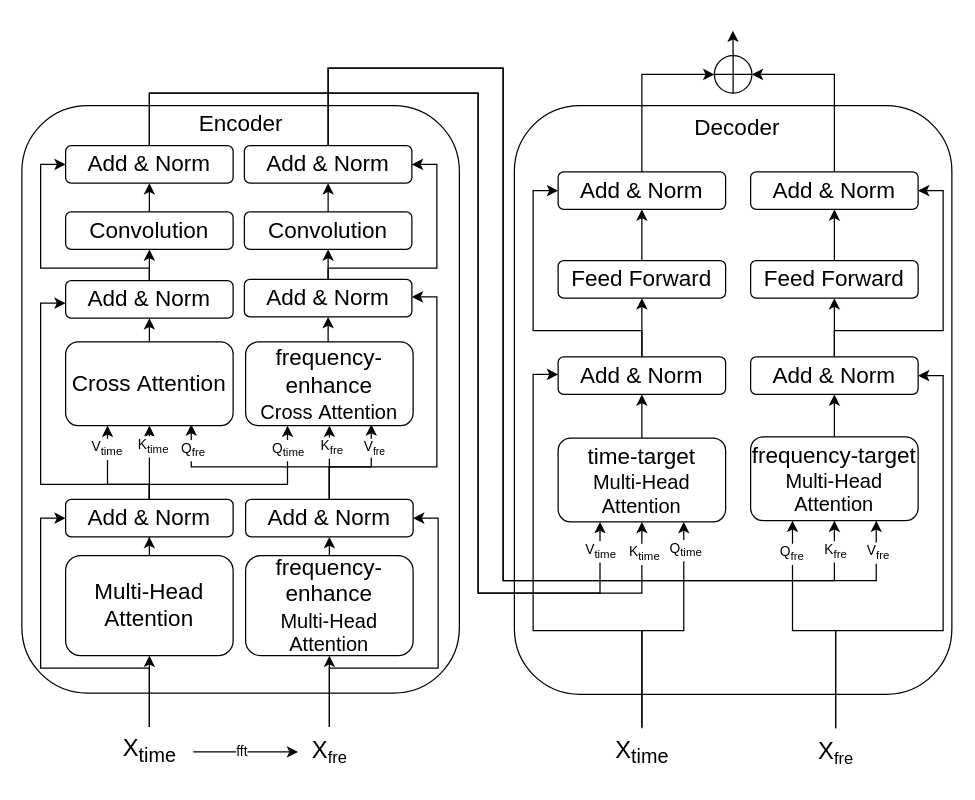
Before: SPR-CNN/Modality-aware.drawio in OuO333333/CNN4CE, a draw.io diagram. Source tidied: cells renumbered, new cells numbered last; positions are measured from the earlier drawing's top-left corner, leaving out a move shared by most shapes. Both pictures are drawn from the tidied source at 125%, with x=0, y=0 at pixel (21, 30).
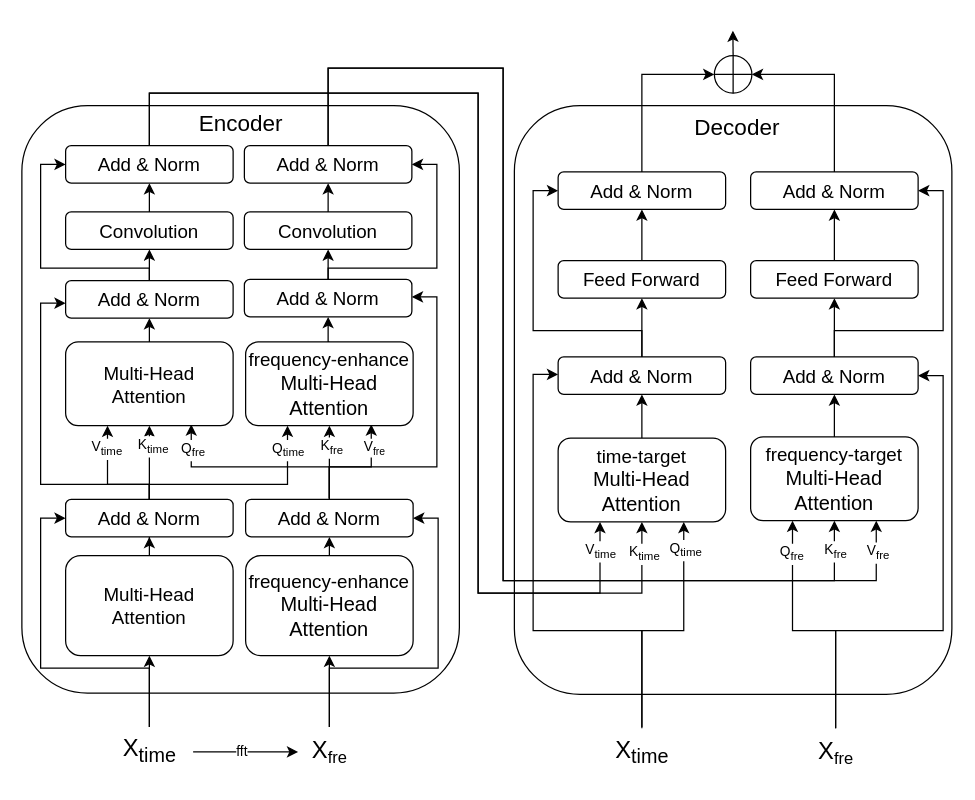
After the change.

Diff of the diagram source:
```diff
@@
-    <mxCell id="4" value="&lt;span style=&quot;background-color: initial;&quot;&gt;&lt;font style=&quot;font-size: 18px;&quot;&gt;Multi-Head Attention&lt;/font&gt;&lt;/span&gt;" style="rounded=1;whiteSpace=wrap;html=1;" parent="1" vertex="1">
+    <mxCell id="4" value="&lt;span style=&quot;background-color: initial;&quot;&gt;&lt;font style=&quot;font-size: 15px;&quot;&gt;Multi-Head Attention&lt;/font&gt;&lt;/span&gt;" style="rounded=1;whiteSpace=wrap;html=1;" parent="1" vertex="1">
       <mxGeometry x="35" y="420" width="134" height="80" as="geometry" />
     </mxCell>
@@
-    <mxCell id="6" value="&lt;font style=&quot;font-size: 18px;&quot;&gt;frequency-enhance&lt;/font&gt;&lt;div&gt;&lt;font size=&quot;3&quot;&gt;Multi-Head Attention&lt;/font&gt;&lt;/div&gt;" style="rounded=1;whiteSpace=wrap;html=1;" parent="1" vertex="1">
+    <mxCell id="6" value="&lt;font style=&quot;font-size: 15px;&quot;&gt;frequency-enhance&lt;/font&gt;&lt;div&gt;&lt;font size=&quot;3&quot;&gt;Multi-Head Attention&lt;/font&gt;&lt;/div&gt;" style="rounded=1;whiteSpace=wrap;html=1;" parent="1" vertex="1">
       <mxGeometry x="179" y="420" width="134" height="80" as="geometry" />
     </mxCell>
@@
-    <mxCell id="14" value="&lt;font style=&quot;font-size: 18px;&quot;&gt;Add &amp;amp; Norm&lt;/font&gt;" style="rounded=1;whiteSpace=wrap;html=1;" parent="1" vertex="1">
+    <mxCell id="14" value="&lt;font style=&quot;font-size: 15px;&quot;&gt;Add &amp;amp; Norm&lt;/font&gt;" style="rounded=1;whiteSpace=wrap;html=1;" parent="1" vertex="1">
       <mxGeometry x="35" y="375" width="134" height="30" as="geometry" />
     </mxCell>
@@
-    <mxCell id="20" value="&lt;font style=&quot;font-size: 18px;&quot;&gt;Add &amp;amp; Norm&lt;/font&gt;" style="rounded=1;whiteSpace=wrap;html=1;" parent="1" vertex="1">
+    <mxCell id="20" value="&lt;font style=&quot;font-size: 15px;&quot;&gt;Add &amp;amp; Norm&lt;/font&gt;" style="rounded=1;whiteSpace=wrap;html=1;" parent="1" vertex="1">
       <mxGeometry x="179" y="375" width="134" height="30" as="geometry" />
     </mxCell>
@@
-    <mxCell id="22" value="&lt;font style=&quot;font-size: 18px;&quot;&gt;&lt;span style=&quot;background-color: initial;&quot;&gt;&lt;font style=&quot;&quot;&gt;Cross&amp;nbsp;&lt;/font&gt;&lt;/span&gt;&lt;span style=&quot;background-color: initial;&quot;&gt;Attention&lt;/span&gt;&lt;/font&gt;" style="rounded=1;whiteSpace=wrap;html=1;" parent="1" vertex="1">
+    <mxCell id="22" value="&lt;font style=&quot;font-size: 15px;&quot;&gt;Multi-Head Attention&lt;/font&gt;" style="rounded=1;whiteSpace=wrap;html=1;" parent="1" vertex="1">
       <mxGeometry x="35" y="249" width="134" height="67" as="geometry" />
     </mxCell>
@@
-    <mxCell id="24" value="&lt;font style=&quot;font-size: 18px;&quot;&gt;frequency-enhance&lt;/font&gt;&lt;div&gt;&lt;font size=&quot;3&quot;&gt;Cross&lt;span style=&quot;background-color: initial;&quot;&gt;&amp;nbsp;Attention&lt;/span&gt;&lt;/font&gt;&lt;/div&gt;" style="rounded=1;whiteSpace=wrap;html=1;" parent="1" vertex="1">
+    <mxCell id="24" value="&lt;font style=&quot;font-size: 15px;&quot;&gt;frequency-enhance&lt;/font&gt;&lt;div&gt;&lt;font size=&quot;3&quot;&gt;Multi-Head Attention&lt;/font&gt;&lt;/div&gt;" style="rounded=1;whiteSpace=wrap;html=1;" parent="1" vertex="1">
       <mxGeometry x="179" y="249" width="134" height="67" as="geometry" />
     </mxCell>
@@
-    <mxCell id="27" value="&lt;font style=&quot;font-size: 18px;&quot;&gt;Add &amp;amp; Norm&lt;/font&gt;" style="rounded=1;whiteSpace=wrap;html=1;" parent="1" vertex="1">
+    <mxCell id="27" value="&lt;font style=&quot;font-size: 15px;&quot;&gt;Add &amp;amp; Norm&lt;/font&gt;" style="rounded=1;whiteSpace=wrap;html=1;" parent="1" vertex="1">
       <mxGeometry x="35" y="200" width="134" height="30" as="geometry" />
     </mxCell>
@@
-    <mxCell id="30" value="&lt;font style=&quot;font-size: 18px;&quot;&gt;Add &amp;amp; Norm&lt;/font&gt;" style="rounded=1;whiteSpace=wrap;html=1;" parent="1" vertex="1">
+    <mxCell id="30" value="&lt;font style=&quot;font-size: 15px;&quot;&gt;Add &amp;amp; Norm&lt;/font&gt;" style="rounded=1;whiteSpace=wrap;html=1;" parent="1" vertex="1">
       <mxGeometry x="178" y="199" width="134" height="30" as="geometry" />
     </mxCell>
@@
-    <mxCell id="32" value="&lt;font style=&quot;font-size: 18px;&quot;&gt;Convolution&lt;/font&gt;" style="rounded=1;whiteSpace=wrap;html=1;" parent="1" vertex="1">
+    <mxCell id="32" value="&lt;font style=&quot;font-size: 15px;&quot;&gt;Convolution&lt;/font&gt;" style="rounded=1;whiteSpace=wrap;html=1;" parent="1" vertex="1">
       <mxGeometry x="35" y="145" width="134" height="30" as="geometry" />
     </mxCell>
@@
-    <mxCell id="34" value="&lt;font style=&quot;font-size: 18px;&quot;&gt;Convolution&lt;/font&gt;" style="rounded=1;whiteSpace=wrap;html=1;" parent="1" vertex="1">
+    <mxCell id="34" value="&lt;font style=&quot;font-size: 15px;&quot;&gt;Convolution&lt;/font&gt;" style="rounded=1;whiteSpace=wrap;html=1;" parent="1" vertex="1">
       <mxGeometry x="178" y="145" width="134" height="30" as="geometry" />
     </mxCell>
-    <mxCell id="35" value="&lt;font style=&quot;font-size: 18px;&quot;&gt;Add &amp;amp; Norm&lt;/font&gt;" style="rounded=1;whiteSpace=wrap;html=1;" parent="1" vertex="1">
+    <mxCell id="35" value="&lt;font style=&quot;font-size: 15px;&quot;&gt;Add &amp;amp; Norm&lt;/font&gt;" style="rounded=1;whiteSpace=wrap;html=1;" parent="1" vertex="1">
       <mxGeometry x="35" y="92" width="134" height="30" as="geometry" />
     </mxCell>
-    <mxCell id="36" value="&lt;font style=&quot;font-size: 18px;&quot;&gt;Add &amp;amp; Norm&lt;/font&gt;" style="rounded=1;whiteSpace=wrap;html=1;" parent="1" vertex="1">
+    <mxCell id="36" value="&lt;font style=&quot;font-size: 15px;&quot;&gt;Add &amp;amp; Norm&lt;/font&gt;" style="rounded=1;whiteSpace=wrap;html=1;" parent="1" vertex="1">
       <mxGeometry x="178" y="92" width="134" height="30" as="geometry" />
     </mxCell>
@@
-    <mxCell id="47" value="&lt;font style=&quot;font-size: 18px;&quot;&gt;time-target&lt;/font&gt;&lt;div&gt;&lt;font size=&quot;3&quot;&gt;Multi-Head Attention&lt;/font&gt;&lt;/div&gt;" style="rounded=1;whiteSpace=wrap;html=1;" parent="1" vertex="1">
+    <mxCell id="47" value="&lt;font style=&quot;font-size: 15px;&quot;&gt;time-target&lt;/font&gt;&lt;div&gt;&lt;font size=&quot;3&quot;&gt;Multi-Head Attention&lt;/font&gt;&lt;/div&gt;" style="rounded=1;whiteSpace=wrap;html=1;" parent="1" vertex="1">
       <mxGeometry x="429" y="326" width="134" height="67" as="geometry" />
     </mxCell>
@@
-    <mxCell id="49" value="&lt;font style=&quot;font-size: 18px;&quot;&gt;frequency-target&lt;/font&gt;&lt;div&gt;&lt;font size=&quot;3&quot;&gt;Multi-Head Attention&lt;/font&gt;&lt;/div&gt;" style="rounded=1;whiteSpace=wrap;html=1;" parent="1" vertex="1">
+    <mxCell id="49" value="&lt;font style=&quot;font-size: 15px;&quot;&gt;frequency-target&lt;/font&gt;&lt;div&gt;&lt;font size=&quot;3&quot;&gt;Multi-Head Attention&lt;/font&gt;&lt;/div&gt;" style="rounded=1;whiteSpace=wrap;html=1;" parent="1" vertex="1">
       <mxGeometry x="583" y="325" width="134" height="67" as="geometry" />
     </mxCell>
@@
-    <mxCell id="52" value="&lt;font style=&quot;font-size: 18px;&quot;&gt;Add &amp;amp; Norm&lt;/font&gt;" style="rounded=1;whiteSpace=wrap;html=1;" parent="1" vertex="1">
+    <mxCell id="52" value="&lt;font style=&quot;font-size: 15px;&quot;&gt;Add &amp;amp; Norm&lt;/font&gt;" style="rounded=1;whiteSpace=wrap;html=1;" parent="1" vertex="1">
       <mxGeometry x="429" y="261" width="134" height="30" as="geometry" />
     </mxCell>
@@
-    <mxCell id="55" value="&lt;font style=&quot;font-size: 18px;&quot;&gt;Add &amp;amp; Norm&lt;/font&gt;" style="rounded=1;whiteSpace=wrap;html=1;" parent="1" vertex="1">
+    <mxCell id="55" value="&lt;font style=&quot;font-size: 15px;&quot;&gt;Add &amp;amp; Norm&lt;/font&gt;" style="rounded=1;whiteSpace=wrap;html=1;" parent="1" vertex="1">
       <mxGeometry x="583" y="261" width="134" height="30" as="geometry" />
     </mxCell>
@@
-    <mxCell id="57" value="&lt;font style=&quot;font-size: 18px;&quot;&gt;Feed Forward&lt;/font&gt;" style="rounded=1;whiteSpace=wrap;html=1;" parent="1" vertex="1">
+    <mxCell id="57" value="&lt;font style=&quot;font-size: 15px;&quot;&gt;Feed Forward&lt;/font&gt;" style="rounded=1;whiteSpace=wrap;html=1;" parent="1" vertex="1">
       <mxGeometry x="429" y="184" width="134" height="30" as="geometry" />
     </mxCell>
@@
-    <mxCell id="59" value="&lt;font style=&quot;font-size: 18px;&quot;&gt;Feed Forward&lt;/font&gt;" style="rounded=1;whiteSpace=wrap;html=1;" parent="1" vertex="1">
+    <mxCell id="59" value="&lt;font style=&quot;font-size: 15px;&quot;&gt;Feed Forward&lt;/font&gt;" style="rounded=1;whiteSpace=wrap;html=1;" parent="1" vertex="1">
       <mxGeometry x="583" y="184" width="134" height="30" as="geometry" />
     </mxCell>
@@
-    <mxCell id="61" value="&lt;font style=&quot;font-size: 18px;&quot;&gt;Add &amp;amp; Norm&lt;/font&gt;" style="rounded=1;whiteSpace=wrap;html=1;" parent="1" vertex="1">
+    <mxCell id="61" value="&lt;font style=&quot;font-size: 15px;&quot;&gt;Add &amp;amp; Norm&lt;/font&gt;" style="rounded=1;whiteSpace=wrap;html=1;" parent="1" vertex="1">
       <mxGeometry x="429" y="113" width="134" height="30" as="geometry" />
     </mxCell>
@@
-    <mxCell id="63" value="&lt;font style=&quot;font-size: 18px;&quot;&gt;Add &amp;amp; Norm&lt;/font&gt;" style="rounded=1;whiteSpace=wrap;html=1;" parent="1" vertex="1">
+    <mxCell id="63" value="&lt;font style=&quot;font-size: 15px;&quot;&gt;Add &amp;amp; Norm&lt;/font&gt;" style="rounded=1;whiteSpace=wrap;html=1;" parent="1" vertex="1">
       <mxGeometry x="583" y="113" width="134" height="30" as="geometry" />
     </mxCell>
```
